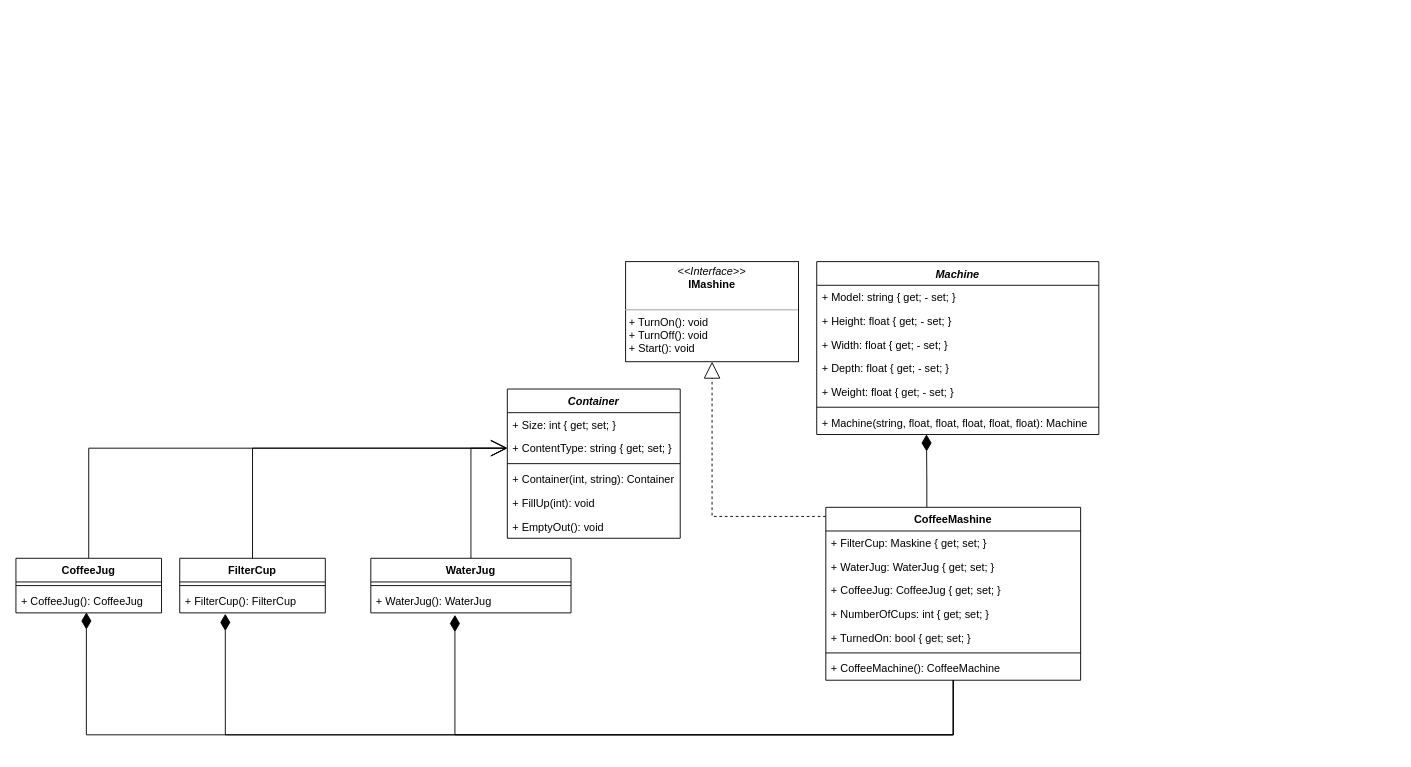
This is KaffeMaskinen Del1/KaffeMaskinen.drawio from Mojiez/H2Opgaver, a draw.io file, before an edit. Source tidied: cells renumbered, new cells numbered last; positions are measured from the earlier drawing's top-left corner, leaving out a move shared by most shapes. Both pictures are drawn from the tidied source at 91%, with x=0, y=0 at pixel (15, 261).
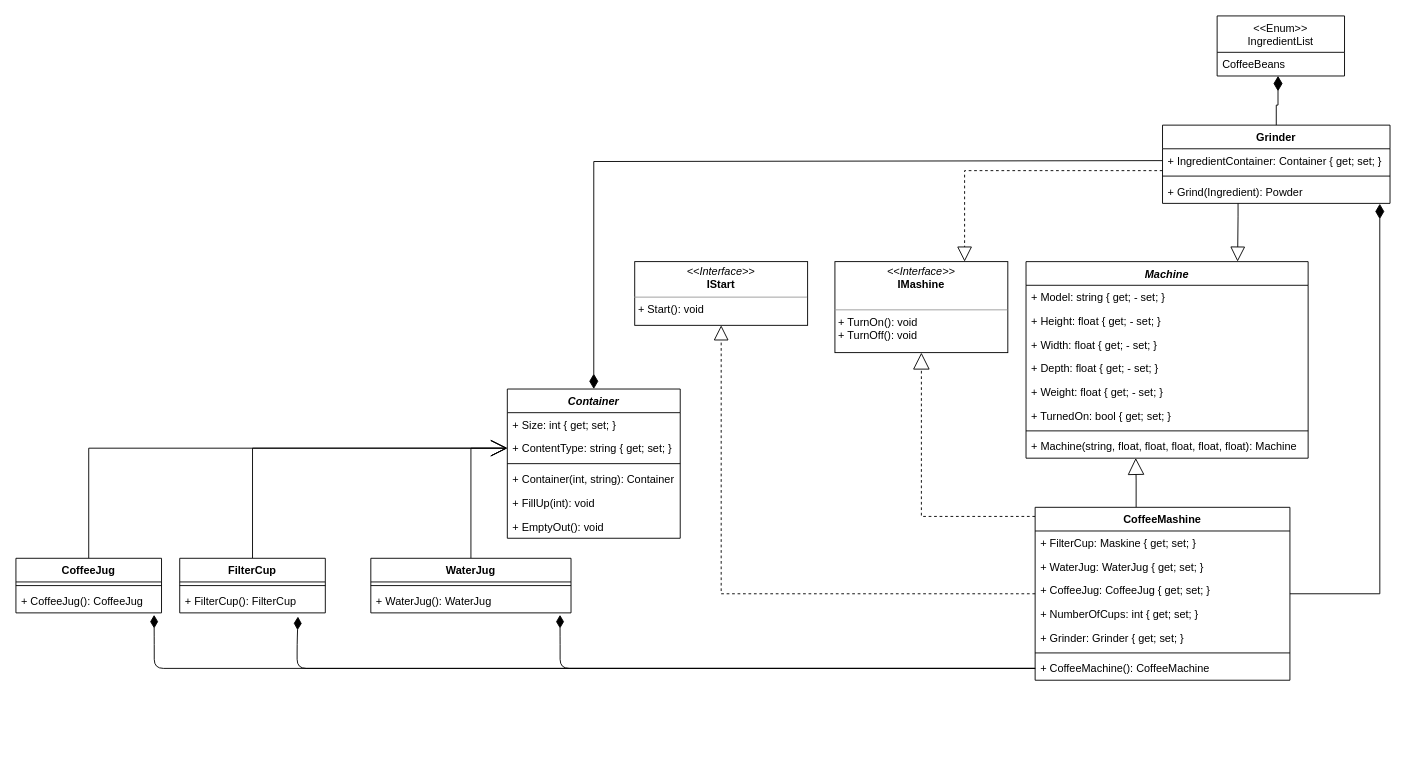
The same diagram, later.

Unchanged cells that the change refers to:
```xml
<mxCell id="22" value="+ CoffeeMachine(): CoffeeMachine" style="text;strokeColor=none;fillColor=none;align=left;verticalAlign=top;spacingLeft=4;spacingRight=4;overflow=hidden;points=[[0,0.5],[1,0.5]];portConstraint=eastwest;" parent="15" vertex="1">
  <mxGeometry y="164" width="280" height="26" as="geometry" />
</mxCell>
<mxCell id="24" value="Container" style="swimlane;fontStyle=3;align=center;verticalAlign=top;horizontal=1;startSize=26;strokeWidth=1;" parent="1" vertex="1">
  <mxGeometry x="540" y="140" width="190" height="164" as="geometry" />
</mxCell>
<mxCell id="26" value="+ ContentType: string { get; set; }" style="text;strokeColor=none;fillColor=none;align=left;verticalAlign=top;spacingLeft=4;spacingRight=4;overflow=hidden;points=[[0,0.5],[1,0.5]];portConstraint=eastwest;" parent="24" vertex="1">
  <mxGeometry y="52" width="190" height="26" as="geometry" />
</mxCell>
<mxCell id="33" value="FilterCup" style="swimlane;fontStyle=1;align=center;verticalAlign=top;horizontal=1;startSize=26;" parent="1" vertex="1">
  <mxGeometry x="180" y="326" width="160" height="60" as="geometry" />
</mxCell>
<mxCell id="35" value="+ FilterCup(): FilterCup" style="text;strokeColor=none;fillColor=none;align=left;verticalAlign=top;spacingLeft=4;spacingRight=4;overflow=hidden;points=[[0,0.5],[1,0.5]];portConstraint=eastwest;" parent="33" vertex="1">
  <mxGeometry y="34" width="160" height="26" as="geometry" />
</mxCell>
<mxCell id="37" value="CoffeeJug" style="swimlane;fontStyle=1;align=center;verticalAlign=top;horizontal=1;startSize=26;" parent="1" vertex="1">
  <mxGeometry y="326" width="160" height="60" as="geometry" />
</mxCell>
<mxCell id="39" value="+ CoffeeJug(): CoffeeJug" style="text;strokeColor=none;fillColor=none;align=left;verticalAlign=top;spacingLeft=4;spacingRight=4;overflow=hidden;points=[[0,0.5],[1,0.5]];portConstraint=eastwest;" parent="37" vertex="1">
  <mxGeometry y="34" width="160" height="26" as="geometry" />
</mxCell>
<mxCell id="40" value="WaterJug" style="swimlane;fontStyle=1;align=center;verticalAlign=top;horizontal=1;startSize=26;" parent="1" vertex="1">
  <mxGeometry x="390" y="326" width="220" height="60" as="geometry" />
</mxCell>
<mxCell id="42" value="+ WaterJug(): WaterJug" style="text;strokeColor=none;fillColor=none;align=left;verticalAlign=top;spacingLeft=4;spacingRight=4;overflow=hidden;points=[[0,0.5],[1,0.5]];portConstraint=eastwest;" parent="40" vertex="1">
  <mxGeometry y="34" width="220" height="26" as="geometry" />
</mxCell>
```

The edit, as a diff of the source:
```diff
@@
     <mxCell id="2" value="Machine" style="swimlane;fontStyle=3;align=center;verticalAlign=top;horizontal=1;startSize=26;" parent="1" vertex="1">
-      <mxGeometry x="880" width="310" height="190" as="geometry" />
+      <mxGeometry x="1110" width="310" height="216" as="geometry" />
     </mxCell>
@@
+    <mxCell id="20" value="+ TurnedOn: bool { get; set; }" style="text;strokeColor=none;fillColor=none;align=left;verticalAlign=top;spacingLeft=4;spacingRight=4;overflow=hidden;" parent="2" vertex="1">
+      <mxGeometry y="156" width="310" height="26" as="geometry" />
+    </mxCell>
     <mxCell id="8" style="line;strokeWidth=1;fillColor=none;align=left;verticalAlign=middle;spacingTop=-1;spacingLeft=3;spacingRight=3;labelPosition=right;" parent="2" vertex="1">
-      <mxGeometry y="156" width="310" height="8" as="geometry" />
+      <mxGeometry y="182" width="310" height="8" as="geometry" />
     </mxCell>
     <mxCell id="9" value="+ Machine(string, float, float, float, float, float): Machine" style="text;strokeColor=none;fillColor=none;align=left;verticalAlign=top;spacingLeft=4;spacingRight=4;overflow=hidden;points=[[0,0.5],[1,0.5]];portConstraint=eastwest;" parent="2" vertex="1">
-      <mxGeometry y="164" width="310" height="26" as="geometry" />
+      <mxGeometry y="190" width="310" height="26" as="geometry" />
     </mxCell>
-    <mxCell id="10" style="edgeStyle=orthogonalEdgeStyle;rounded=0;jettySize=auto;html=1;endArrow=diamondThin;endFill=1;endSize=16;entryX=0.42;entryY=1.084;entryDx=0;entryDy=0;entryPerimeter=0;" parent="1" edge="1" source="15" target="42">
-      <mxGeometry relative="1" as="geometry">
-        <Array as="points">
-          <mxPoint x="1030" y="520" />
-          <mxPoint x="482" y="520" />
-        </Array>
-      </mxGeometry>
-    </mxCell>
-    <mxCell id="11" style="edgeStyle=orthogonalEdgeStyle;rounded=0;jettySize=auto;html=1;entryX=0.313;entryY=1.038;entryDx=0;entryDy=0;entryPerimeter=0;endArrow=diamondThin;endFill=1;endSize=16;" parent="1" edge="1" source="15" target="35">
-      <mxGeometry relative="1" as="geometry">
-        <Array as="points">
-          <mxPoint x="1030" y="520" />
-          <mxPoint x="230" y="520" />
-        </Array>
-      </mxGeometry>
-    </mxCell>
     <mxCell id="12" style="edgeStyle=orthogonalEdgeStyle;rounded=0;jettySize=auto;html=1;endArrow=block;endFill=0;endSize=16;dashed=1;" parent="1" edge="1" source="15" target="23">
       <mxGeometry relative="1" as="geometry">
         <Array as="points">
-          <mxPoint x="765" y="280" />
+          <mxPoint x="995" y="280" />
         </Array>
       </mxGeometry>
     </mxCell>
-    <mxCell id="13" style="edgeStyle=orthogonalEdgeStyle;rounded=0;jettySize=auto;html=1;entryX=0.484;entryY=0.977;entryDx=0;entryDy=0;entryPerimeter=0;endArrow=diamondThin;endFill=1;endSize=16;" parent="1" edge="1" source="15" target="39">
-      <mxGeometry relative="1" as="geometry">
-        <Array as="points">
-          <mxPoint x="1030" y="520" />
-          <mxPoint x="77" y="520" />
-        </Array>
-      </mxGeometry>
-    </mxCell>
-    <mxCell id="14" style="edgeStyle=orthogonalEdgeStyle;rounded=0;jettySize=auto;html=1;entryX=0.389;entryY=0.992;entryDx=0;entryDy=0;entryPerimeter=0;endArrow=diamondThin;endFill=1;endSize=16;" parent="1" edge="1" source="15" target="9">
+    <mxCell id="14" style="edgeStyle=orthogonalEdgeStyle;rounded=0;jettySize=auto;html=1;entryX=0.389;entryY=0.992;entryDx=0;entryDy=0;entryPerimeter=0;endArrow=block;endFill=0;endSize=16;" parent="1" edge="1" source="15" target="9">
       <mxGeometry relative="1" as="geometry">
         <Array as="points">
-          <mxPoint x="1001" y="240" />
-          <mxPoint x="1001" y="240" />
+          <mxPoint x="1231" y="240" />
+          <mxPoint x="1231" y="240" />
         </Array>
       </mxGeometry>
     </mxCell>
+    <mxCell id="43" style="edgeStyle=orthogonalEdgeStyle;rounded=0;jettySize=auto;html=1;endArrow=block;endFill=0;endSize=14;strokeWidth=1;dashed=1;" parent="1" edge="1" source="15" target="50">
+      <mxGeometry relative="1" as="geometry" />
+    </mxCell>
+    <mxCell id="44" style="edgeStyle=orthogonalEdgeStyle;rounded=0;jettySize=auto;html=1;endArrow=diamondThin;endFill=1;endSize=14;strokeWidth=1;entryX=0.955;entryY=1.016;entryDx=0;entryDy=0;entryPerimeter=0;" parent="1" edge="1" source="15" target="54">
+      <mxGeometry relative="1" as="geometry">
+        <Array as="points">
+          <mxPoint x="1499" y="365" />
+        </Array>
+      </mxGeometry>
+    </mxCell>
     <mxCell id="15" value="CoffeeMashine" style="swimlane;fontStyle=1;align=center;verticalAlign=top;horizontal=1;startSize=26;" parent="1" vertex="1">
-      <mxGeometry x="890" y="270" width="280" height="190" as="geometry" />
+      <mxGeometry x="1120" y="270" width="280" height="190" as="geometry" />
     </mxCell>
@@
+    <mxCell id="45" value="+ NumberOfCups: int { get; set; }" style="text;strokeColor=none;fillColor=none;align=left;verticalAlign=top;spacingLeft=4;spacingRight=4;overflow=hidden;" parent="15" vertex="1">
+      <mxGeometry y="104" width="280" height="26" as="geometry" />
+    </mxCell>
-    <mxCell id="19" value="+ NumberOfCups: int { get; set; }" style="text;strokeColor=none;fillColor=none;align=left;verticalAlign=top;spacingLeft=4;spacingRight=4;overflow=hidden;" parent="15" vertex="1">
-      <mxGeometry y="104" width="280" height="26" as="geometry" />
+    <mxCell id="19" value="+ Grinder: Grinder { get; set; }" style="text;strokeColor=none;fillColor=none;align=left;verticalAlign=top;spacingLeft=4;spacingRight=4;overflow=hidden;" parent="15" vertex="1">
+      <mxGeometry y="130" width="280" height="26" as="geometry" />
     </mxCell>
-    <mxCell id="20" value="+ TurnedOn: bool { get; set; }" style="text;strokeColor=none;fillColor=none;align=left;verticalAlign=top;spacingLeft=4;spacingRight=4;overflow=hidden;" parent="15" vertex="1">
-      <mxGeometry y="130" width="280" height="26" as="geometry" />
-    </mxCell>
@@
-    <mxCell id="23" value="&lt;p style=&quot;margin: 0px ; margin-top: 4px ; text-align: center&quot;&gt;&lt;i&gt;&amp;lt;&amp;lt;Interface&amp;gt;&amp;gt;&lt;/i&gt;&lt;br&gt;&lt;b&gt;IMashine&lt;/b&gt;&lt;/p&gt;&lt;br&gt;&lt;hr size=&quot;1&quot;&gt;&lt;p style=&quot;margin: 0px ; margin-left: 4px&quot;&gt;+ TurnOn(): void&lt;/p&gt;&lt;p style=&quot;margin: 0px ; margin-left: 4px&quot;&gt;+ TurnOff(): void&lt;br&gt;+ Start(): void&lt;/p&gt;" style="verticalAlign=top;align=left;overflow=fill;fontSize=12;fontFamily=Helvetica;html=1;" parent="1" vertex="1">
-      <mxGeometry x="670" width="190" height="110" as="geometry" />
+    <mxCell id="23" value="&lt;p style=&quot;margin: 0px ; margin-top: 4px ; text-align: center&quot;&gt;&lt;i&gt;&amp;lt;&amp;lt;Interface&amp;gt;&amp;gt;&lt;/i&gt;&lt;br&gt;&lt;b&gt;IMashine&lt;/b&gt;&lt;/p&gt;&lt;br&gt;&lt;hr size=&quot;1&quot;&gt;&lt;p style=&quot;margin: 0px ; margin-left: 4px&quot;&gt;+ TurnOn(): void&lt;/p&gt;&lt;p style=&quot;margin: 0px ; margin-left: 4px&quot;&gt;+ TurnOff(): void&lt;br&gt;&lt;/p&gt;" style="verticalAlign=top;align=left;overflow=fill;fontSize=12;fontFamily=Helvetica;html=1;" parent="1" vertex="1">
+      <mxGeometry x="900" width="190" height="100" as="geometry" />
     </mxCell>
+    <mxCell id="31" style="edgeStyle=orthogonalEdgeStyle;rounded=0;jettySize=auto;html=1;endArrow=open;endFill=0;endSize=16;" parent="1" edge="1" source="40" target="26">
+      <mxGeometry relative="1" as="geometry" />
+    </mxCell>
+    <mxCell id="32" style="edgeStyle=orthogonalEdgeStyle;rounded=0;jettySize=auto;html=1;endArrow=open;endFill=0;endSize=16;" parent="1" edge="1" source="33" target="26">
+      <mxGeometry relative="1" as="geometry" />
+    </mxCell>
+    <mxCell id="36" style="edgeStyle=orthogonalEdgeStyle;rounded=0;jettySize=auto;html=1;entryX=0;entryY=0.5;entryDx=0;entryDy=0;endArrow=open;endFill=0;endSize=16;" parent="1" edge="1" source="37" target="26">
+      <mxGeometry relative="1" as="geometry" />
+    </mxCell>
+    <mxCell id="46" style="edgeStyle=orthogonalEdgeStyle;rounded=0;jettySize=auto;html=1;entryX=0.75;entryY=0;entryDx=0;entryDy=0;endArrow=block;endFill=0;strokeWidth=1;endSize=14;" parent="1" edge="1" source="51" target="2">
+      <mxGeometry relative="1" as="geometry">
+        <Array as="points">
+          <mxPoint x="1343" y="-50" />
+          <mxPoint x="1343" y="-50" />
+        </Array>
+      </mxGeometry>
+    </mxCell>
+    <mxCell id="47" style="edgeStyle=orthogonalEdgeStyle;rounded=0;jettySize=auto;html=1;entryX=0.75;entryY=0;entryDx=0;entryDy=0;endArrow=block;endFill=0;endSize=14;strokeWidth=1;dashed=1;" parent="1" edge="1" source="51" target="23">
+      <mxGeometry relative="1" as="geometry">
+        <Array as="points">
+          <mxPoint x="1043" y="-100" />
+        </Array>
+      </mxGeometry>
+    </mxCell>
+    <mxCell id="48" style="edgeStyle=orthogonalEdgeStyle;rounded=0;jettySize=auto;html=1;entryX=0.5;entryY=0;entryDx=0;entryDy=0;endArrow=diamondThin;endFill=1;endSize=14;strokeWidth=1;exitX=0;exitY=0.5;exitDx=0;exitDy=0;" parent="1" edge="1" source="52" target="24">
+      <mxGeometry relative="1" as="geometry">
+        <Array as="points">
+          <mxPoint x="1260" y="-110" />
+          <mxPoint x="635" y="-110" />
+        </Array>
+      </mxGeometry>
+    </mxCell>
+    <mxCell id="49" style="edgeStyle=orthogonalEdgeStyle;rounded=0;jettySize=auto;html=1;endArrow=diamondThin;endFill=1;endSize=14;strokeWidth=1;entryX=0.478;entryY=0.995;entryDx=0;entryDy=0;entryPerimeter=0;" parent="1" edge="1" source="51" target="59">
+      <mxGeometry relative="1" as="geometry" />
+    </mxCell>
+    <mxCell id="50" value="&lt;p style=&quot;margin: 0px ; margin-top: 4px ; text-align: center&quot;&gt;&lt;i&gt;&amp;lt;&amp;lt;Interface&amp;gt;&amp;gt;&lt;/i&gt;&lt;br&gt;&lt;b&gt;IStart&lt;/b&gt;&lt;/p&gt;&lt;hr size=&quot;1&quot;&gt;&lt;p style=&quot;margin: 0px ; margin-left: 4px&quot;&gt;&lt;/p&gt;&lt;p style=&quot;margin: 0px ; margin-left: 4px&quot;&gt;+ Start(): void&lt;/p&gt;" style="verticalAlign=top;align=left;overflow=fill;fontSize=12;fontFamily=Helvetica;html=1;" parent="1" vertex="1">
+      <mxGeometry x="680" width="190" height="70" as="geometry" />
+    </mxCell>
@@
-    <mxCell id="31" style="edgeStyle=orthogonalEdgeStyle;rounded=0;jettySize=auto;html=1;endArrow=open;endFill=0;endSize=16;" parent="1" edge="1" source="40" target="26">
-      <mxGeometry relative="1" as="geometry" />
-    </mxCell>
-    <mxCell id="32" style="edgeStyle=orthogonalEdgeStyle;rounded=0;jettySize=auto;html=1;endArrow=open;endFill=0;endSize=16;" parent="1" edge="1" source="33" target="26">
-      <mxGeometry relative="1" as="geometry" />
-    </mxCell>
@@
-    <mxCell id="36" style="edgeStyle=orthogonalEdgeStyle;rounded=0;jettySize=auto;html=1;entryX=0;entryY=0.5;entryDx=0;entryDy=0;endArrow=open;endFill=0;endSize=16;" parent="1" edge="1" source="37" target="26">
-      <mxGeometry relative="1" as="geometry" />
-    </mxCell>
@@
+    <mxCell id="51" value="Grinder" style="swimlane;fontStyle=1;align=center;verticalAlign=top;horizontal=1;startSize=26;" parent="1" vertex="1">
+      <mxGeometry x="1260" y="-150" width="250" height="86" as="geometry" />
+    </mxCell>
+    <mxCell id="52" value="+ IngredientContainer: Container { get; set; }" style="text;strokeColor=none;fillColor=none;align=left;verticalAlign=top;spacingLeft=4;spacingRight=4;overflow=hidden;points=[[0,0.5],[1,0.5]];portConstraint=eastwest;" parent="51" vertex="1">
+      <mxGeometry y="26" width="250" height="26" as="geometry" />
+    </mxCell>
+    <mxCell id="53" style="line;strokeWidth=1;fillColor=none;align=left;verticalAlign=middle;spacingTop=-1;spacingLeft=3;spacingRight=3;labelPosition=right;" parent="51" vertex="1">
+      <mxGeometry y="52" width="250" height="8" as="geometry" />
+    </mxCell>
+    <mxCell id="54" value="+ Grind(Ingredient): Powder" style="text;strokeColor=none;fillColor=none;align=left;verticalAlign=top;spacingLeft=4;spacingRight=4;overflow=hidden;points=[[0,0.5],[1,0.5]];portConstraint=eastwest;" parent="51" vertex="1">
+      <mxGeometry y="60" width="250" height="26" as="geometry" />
+    </mxCell>
+    <mxCell id="55" style="endArrow=diamondThin;endFill=1;endSize=12;html=1;strokeWidth=1;exitX=0;exitY=0.5;exitDx=0;exitDy=0;entryX=0.945;entryY=1.084;entryDx=0;entryDy=0;entryPerimeter=0;" parent="1" edge="1" source="22" target="42">
+      <mxGeometry relative="1" as="geometry">
+        <Array as="points">
+          <mxPoint x="598" y="447" />
+          <mxPoint x="598" y="421" />
+        </Array>
+      </mxGeometry>
+    </mxCell>
+    <mxCell id="56" style="endArrow=diamondThin;endFill=1;endSize=12;html=1;strokeWidth=1;exitX=0;exitY=0.5;exitDx=0;exitDy=0;entryX=0.812;entryY=1.156;entryDx=0;entryDy=0;entryPerimeter=0;" parent="1" edge="1" source="22" target="35">
+      <mxGeometry relative="1" as="geometry">
+        <Array as="points">
+          <mxPoint x="309" y="447" />
+          <mxPoint x="309" y="421" />
+        </Array>
+      </mxGeometry>
+    </mxCell>
+    <mxCell id="57" style="endArrow=diamondThin;endFill=1;endSize=12;html=1;strokeWidth=1;entryX=0.949;entryY=1.084;entryDx=0;entryDy=0;entryPerimeter=0;exitX=0;exitY=0.5;exitDx=0;exitDy=0;" parent="1" edge="1" source="22" target="39">
+      <mxGeometry relative="1" as="geometry">
+        <Array as="points">
+          <mxPoint x="152" y="447" />
+          <mxPoint x="152" y="421" />
+        </Array>
+      </mxGeometry>
+    </mxCell>
+    <mxCell id="58" value="&lt;&lt;Enum&gt;&gt;&#10;IngredientList" style="swimlane;fontStyle=0;horizontal=1;startSize=40;fillColor=none;" parent="1" vertex="1">
+      <mxGeometry x="1320" y="-270" width="140" height="66" as="geometry" />
+    </mxCell>
+    <mxCell id="59" value="CoffeeBeans" style="text;strokeColor=none;fillColor=none;align=left;verticalAlign=top;spacingLeft=4;spacingRight=4;overflow=hidden;points=[[0,0.5],[1,0.5]];portConstraint=eastwest;" parent="58" vertex="1">
+      <mxGeometry y="40" width="140" height="26" as="geometry" />
+    </mxCell>
```
